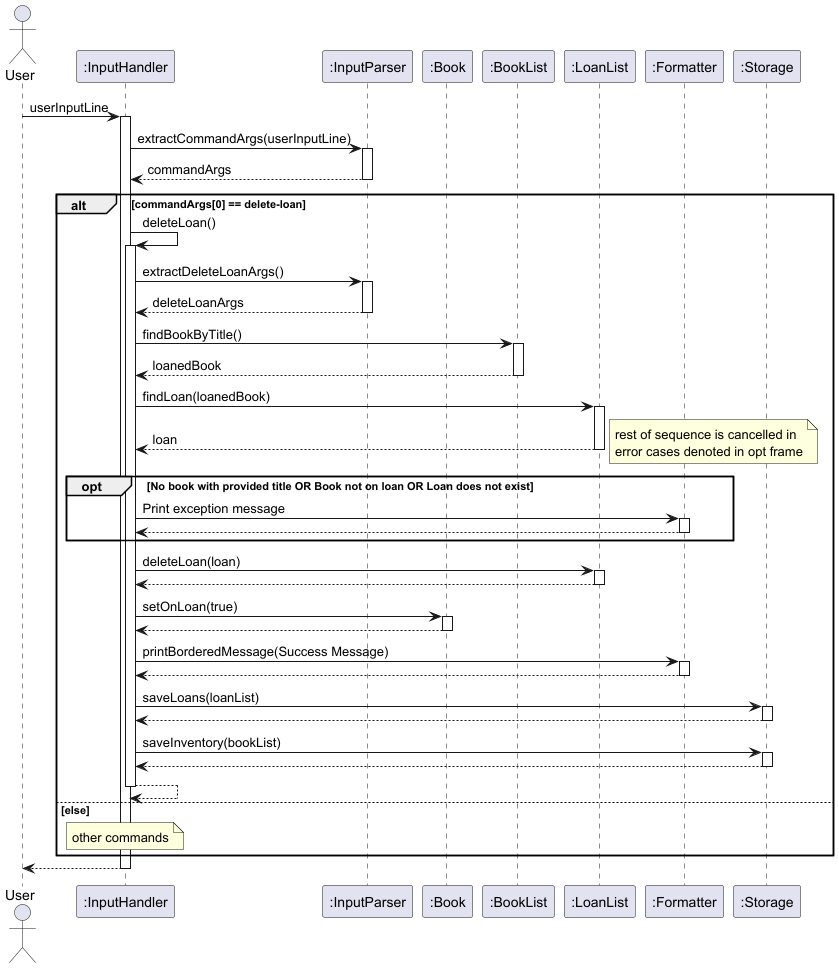
This is docs/images/deleteLoan.png from AY2425S2-CS2113-T12-2/tp, a PlantUML export, as it was before one commit.
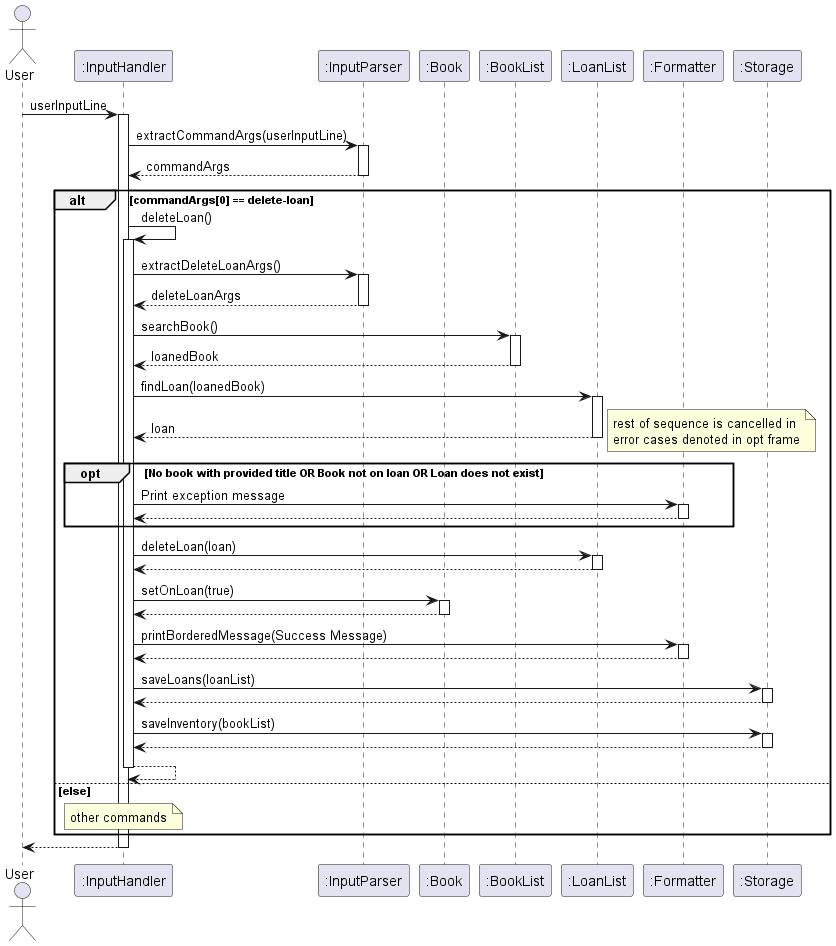
Later version of the same file.

Commit message:
Update all sequence diagrams to use searchBook

Diff of the diagram source:
```diff
@@ -15,7 +15,7 @@
     InputHandler -> InputHandler : deleteLoan()
     InputHandler -> InputParser : extractDeleteLoanArgs()
     return deleteLoanArgs
-    InputHandler -> BookList : findBookByTitle()
+    InputHandler -> BookList : searchBook()
     return loanedBook
     InputHandler -> LoanList : findLoan(loanedBook)
     return loan
```
